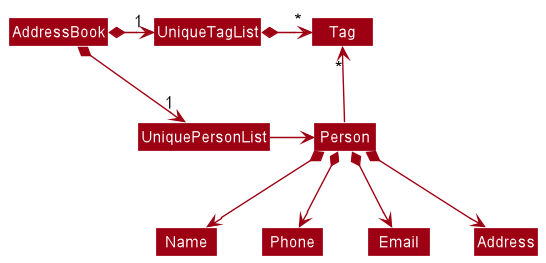
This is docs/images/BetterModelClassDiagram.png from nus-cs2103-AY2223S1/tp, a PlantUML export, as it was before one commit.
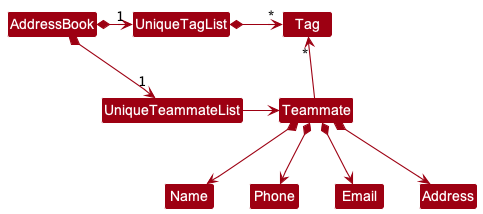
Later version of the same file.

Diff of the diagram source:
```diff
@@ -4,18 +4,18 @@
 skinparam arrowColor MODEL_COLOR
 skinparam classBackgroundColor MODEL_COLOR
 
-AddressBook *-right-> "1" UniquePersonList
+AddressBook *-right-> "1" UniqueTeammateList
 AddressBook *-right-> "1" UniqueTagList
-UniqueTagList -[hidden]down- UniquePersonList
-UniqueTagList -[hidden]down- UniquePersonList
+UniqueTagList -[hidden]down- UniqueTeammateList
+UniqueTagList -[hidden]down- UniqueTeammateList
 
 UniqueTagList *-right-> "*" Tag
-UniquePersonList -right-> Person
+UniqueTeammateList -right-> Teammate
 
-Person -up-> "*" Tag
+Teammate -up-> "*" Tag
 
-Person *--> Name
-Person *--> Phone
-Person *--> Email
-Person *--> Address
+Teammate *--> Name
+Teammate *--> Phone
+Teammate *--> Email
+Teammate *--> Address
 @enduml
```
